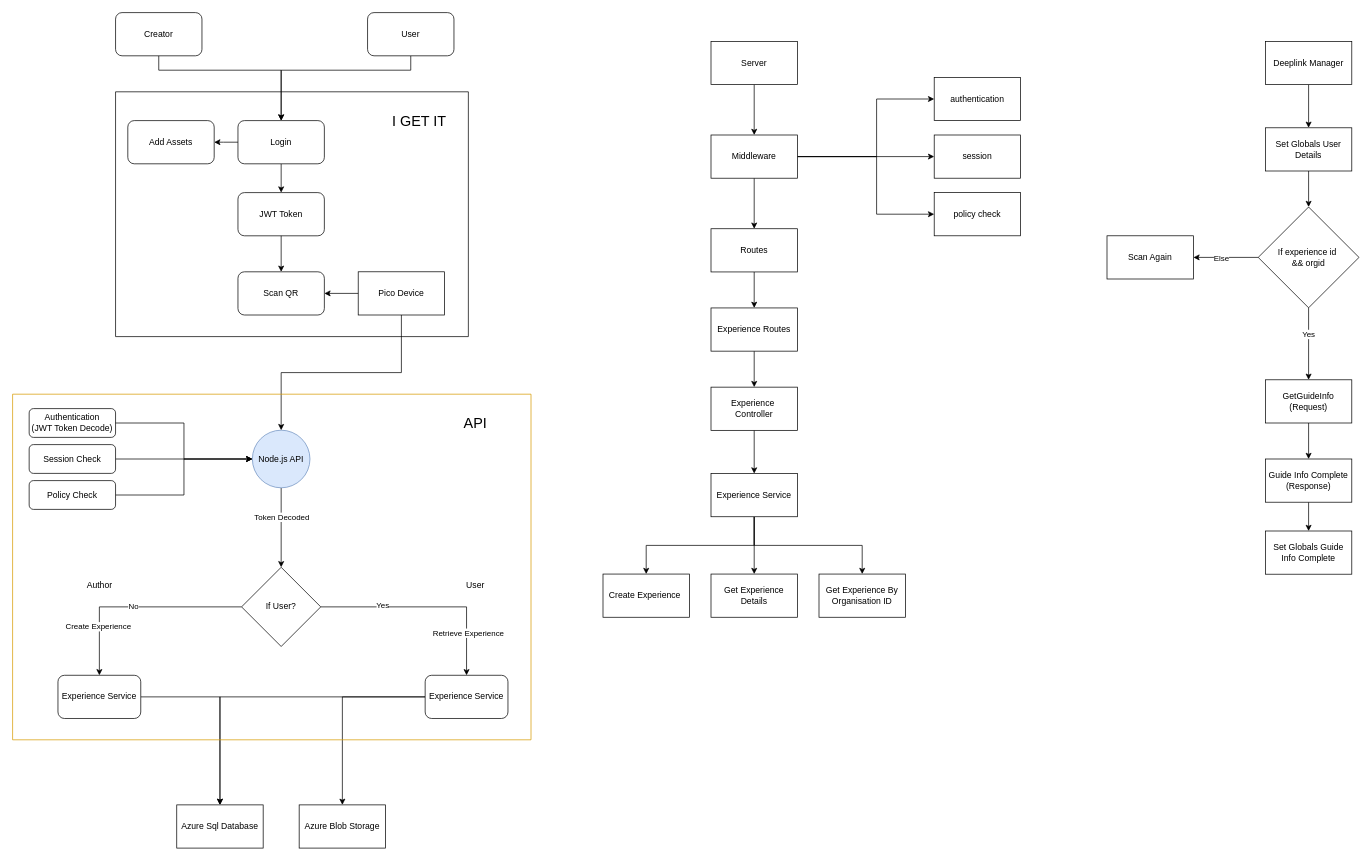
Before: ARappflow.drawio in SohamPatkar/C-Projects, a draw.io diagram. Source tidied: cells renumbered, new cells numbered last; positions are measured from the earlier drawing's top-left corner, leaving out a move shared by most shapes. Both pictures are drawn from the tidied source at 72%, with x=0, y=0 at pixel (12, 12).
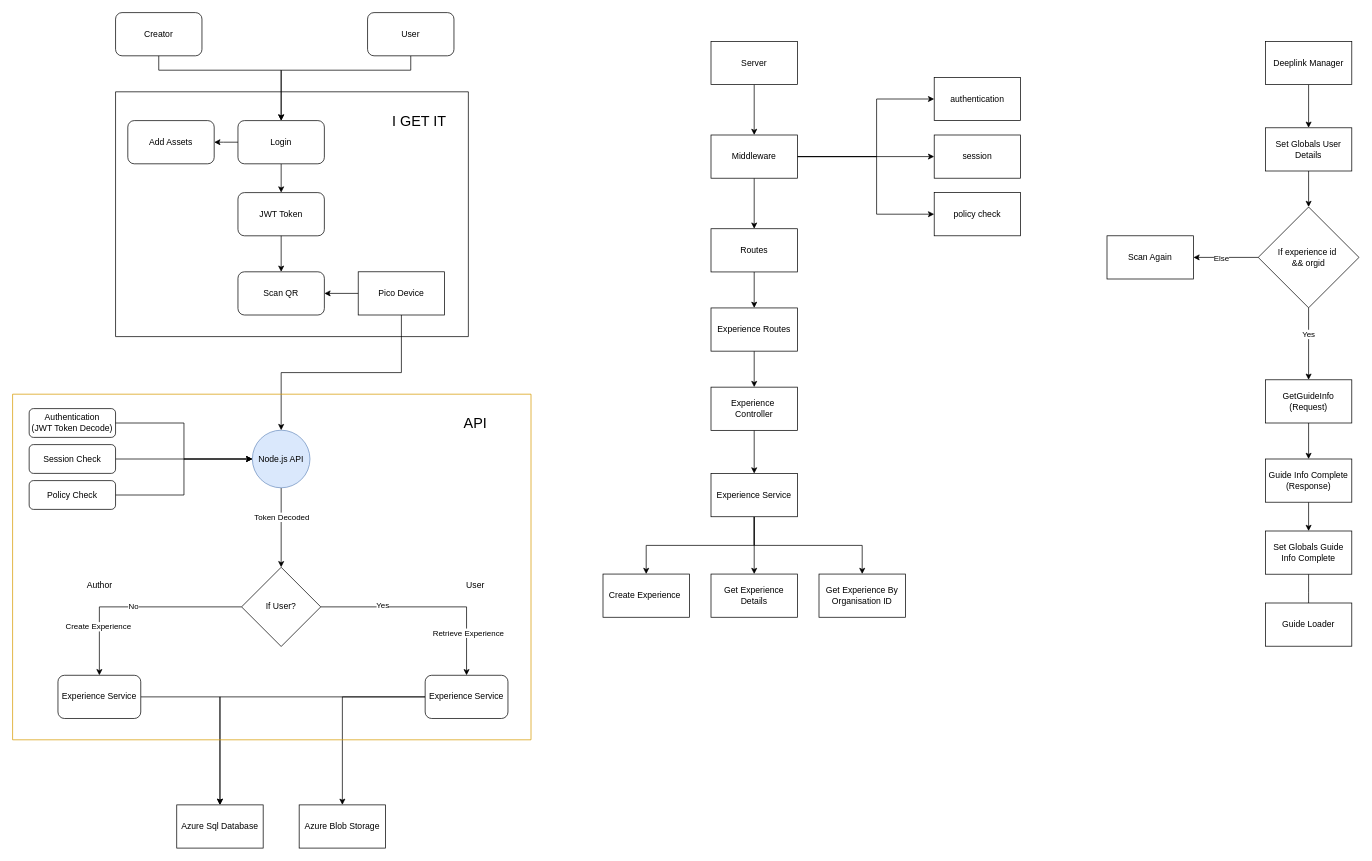
After the change.

Unchanged cells that the change refers to:
```xml
<mxCell id="82" value="Set Globals Guide Info Complete" style="rounded=0;whiteSpace=wrap;html=1;" parent="1" vertex="1">
  <mxGeometry x="1740" y="720" width="120" height="60" as="geometry" />
</mxCell>
```

The edit, as a diff of the source:
```diff
@@
+    <mxCell id="83" style="edgeStyle=orthogonalEdgeStyle;rounded=0;jettySize=auto;html=1;" parent="1" edge="1" source="82">
+      <mxGeometry relative="1" as="geometry">
+        <mxPoint x="1800" y="830" as="targetPoint" />
+      </mxGeometry>
+    </mxCell>
@@
+    <mxCell id="84" value="Guide Loader" style="rounded=0;whiteSpace=wrap;html=1;" parent="1" vertex="1">
+      <mxGeometry x="1740" y="820" width="120" height="60" as="geometry" />
+    </mxCell>
```
